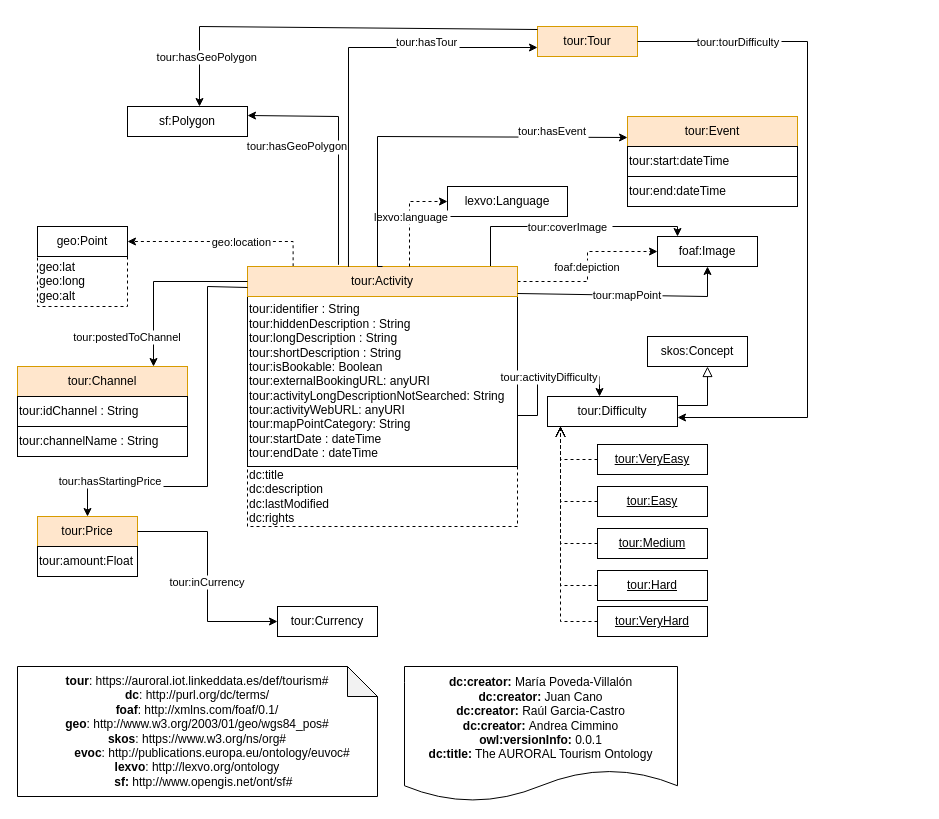
Earlier version of the draw.io diagram diagrams/tourism.drawio (oeg-upm/auroral-tourism-ontology). Source tidied: cells renumbered, new cells numbered last; positions are measured from the earlier drawing's top-left corner, leaving out a move shared by most shapes. Both pictures are drawn from the tidied source at 100%, with x=0, y=0 at pixel (17, 26).
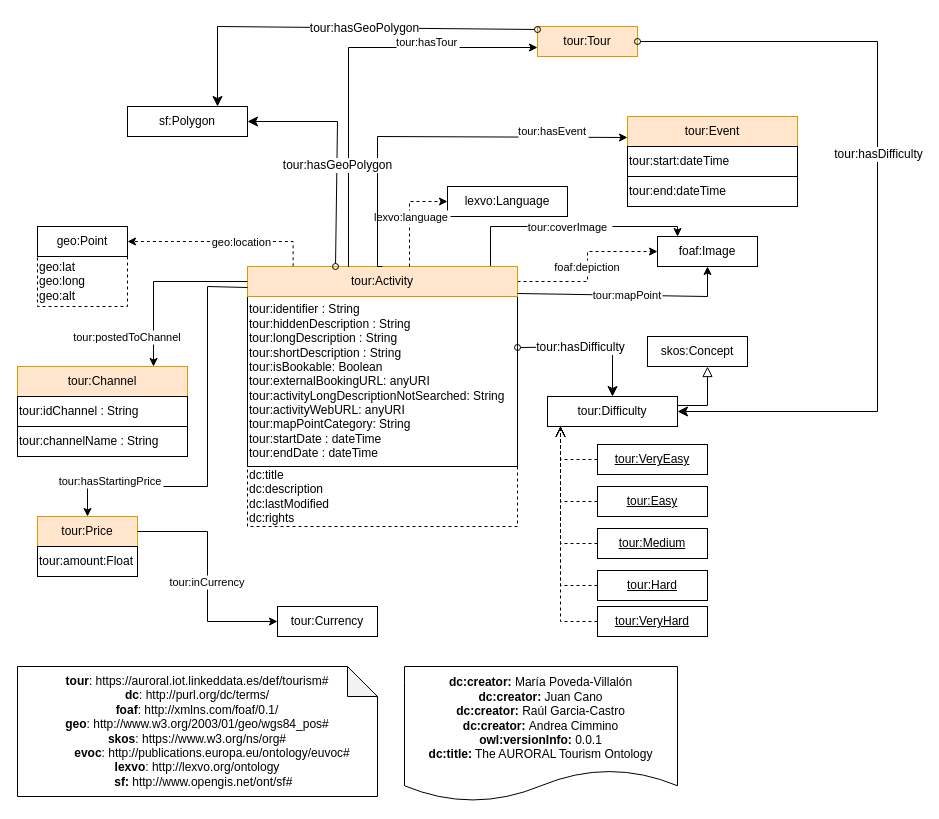
The same diagram, later.

The change refers to these unchanged cells:
```xml
<mxCell id="9" value="tour:Difficulty" style="rounded=0;whiteSpace=wrap;html=1;snapToPoint=1;points=[[0.1,0],[0.2,0],[0.3,0],[0.4,0],[0.5,0],[0.6,0],[0.7,0],[0.8,0],[0.9,0],[0,0.1],[0,0.3],[0,0.5],[0,0.7],[0,0.9],[0.1,1],[0.2,1],[0.3,1],[0.4,1],[0.5,1],[0.6,1],[0.7,1],[0.8,1],[0.9,1],[1,0.1],[1,0.3],[1,0.5],[1,0.7],[1,0.9]];" parent="1" vertex="1">
  <mxGeometry x="530" y="370" width="130" height="30" as="geometry" />
</mxCell>
<mxCell id="14" value="tour:identifier : String&lt;br&gt;tour:hiddenDescription : String&lt;br&gt;tour:longDescription : String&lt;br&gt;tour:shortDescription : String&lt;br&gt;tour:isBookable: Boolean&lt;br&gt;tour:externalBookingURL: anyURI&lt;br&gt;tour:activityLongDescriptionNotSearched: String&lt;br&gt;tour:activityWebURL: anyURI&lt;br&gt;tour:mapPointCategory: String&lt;br&gt;tour:startDate : dateTime&lt;br&gt;tour:endDate : dateTime" style="rounded=0;whiteSpace=wrap;html=1;snapToPoint=1;points=[[0.1,0],[0.2,0],[0.3,0],[0.4,0],[0.5,0],[0.6,0],[0.7,0],[0.8,0],[0.9,0],[0,0.1],[0,0.3],[0,0.5],[0,0.7],[0,0.9],[0.1,1],[0.2,1],[0.3,1],[0.4,1],[0.5,1],[0.6,1],[0.7,1],[0.8,1],[0.9,1],[1,0.1],[1,0.3],[1,0.5],[1,0.7],[1,0.9]];align=left;" parent="1" vertex="1">
  <mxGeometry x="230" y="270" width="270" height="170" as="geometry" />
</mxCell>
<mxCell id="15" value="tour:Activity" style="rounded=0;whiteSpace=wrap;html=1;snapToPoint=1;points=[[0.1,0],[0.2,0],[0.3,0],[0.4,0],[0.5,0],[0.6,0],[0.7,0],[0.8,0],[0.9,0],[0,0.1],[0,0.3],[0,0.5],[0,0.7],[0,0.9],[0.1,1],[0.2,1],[0.3,1],[0.4,1],[0.5,1],[0.6,1],[0.7,1],[0.8,1],[0.9,1],[1,0.1],[1,0.3],[1,0.5],[1,0.7],[1,0.9]];fillColor=#ffe6cc;strokeColor=#d79b00;shadow=0;" parent="1" vertex="1">
  <mxGeometry x="230" y="240" width="270" height="30" as="geometry" />
</mxCell>
<mxCell id="39" value="sf:Polygon" style="rounded=0;whiteSpace=wrap;html=1;snapToPoint=1;points=[[0.1,0],[0.2,0],[0.3,0],[0.4,0],[0.5,0],[0.6,0],[0.7,0],[0.8,0],[0.9,0],[0,0.1],[0,0.3],[0,0.5],[0,0.7],[0,0.9],[0.1,1],[0.2,1],[0.3,1],[0.4,1],[0.5,1],[0.6,1],[0.7,1],[0.8,1],[0.9,1],[1,0.1],[1,0.3],[1,0.5],[1,0.7],[1,0.9]];" parent="1" vertex="1">
  <mxGeometry x="110" y="80" width="120" height="30" as="geometry" />
</mxCell>
<mxCell id="42" value="tour:Tour" style="rounded=0;whiteSpace=wrap;html=1;snapToPoint=1;points=[[0.1,0],[0.2,0],[0.3,0],[0.4,0],[0.5,0],[0.6,0],[0.7,0],[0.8,0],[0.9,0],[0,0.1],[0,0.3],[0,0.5],[0,0.7],[0,0.9],[0.1,1],[0.2,1],[0.3,1],[0.4,1],[0.5,1],[0.6,1],[0.7,1],[0.8,1],[0.9,1],[1,0.1],[1,0.3],[1,0.5],[1,0.7],[1,0.9]];fillColor=#ffe6cc;strokeColor=#d79b00;shadow=0;" parent="1" vertex="1">
  <mxGeometry x="520" width="100" height="30" as="geometry" />
</mxCell>
```

Diff of the diagram source:
```diff
@@
-    <mxCell id="22" value="tour:activityDifficulty" style="edgeStyle=orthogonalEdgeStyle;rounded=0;jettySize=auto;endArrow=classic;endFill=1;entryX=0.4;entryY=0;entryDx=0;entryDy=0;exitX=1;exitY=0.7;exitDx=0;exitDy=0;" parent="1" edge="1" source="14" target="9">
-      <mxGeometry relative="1" as="geometry" />
-    </mxCell>
@@
-    <mxCell id="40" value="tour:hasGeoPolygon" style="edgeStyle=orthogonalEdgeStyle;rounded=0;jettySize=auto;endArrow=classic;endFill=1;exitX=0.337;exitY=-0.056;exitDx=0;exitDy=0;exitPerimeter=0;" parent="1" edge="1" source="15" target="39">
-      <mxGeometry x="0.58" y="30" relative="1" as="geometry">
-        <Array as="points">
-          <mxPoint x="321" y="90" />
-        </Array>
-      </mxGeometry>
-    </mxCell>
@@
-    <mxCell id="47" value="tour:tourDifficulty" style="edgeStyle=orthogonalEdgeStyle;rounded=0;jettySize=auto;endArrow=classic;endFill=1;entryX=1;entryY=0.7;entryDx=0;entryDy=0;" parent="1" edge="1" source="42" target="9">
-      <mxGeometry x="-0.7" relative="1" as="geometry">
+    <mxCell id="47" style="endArrow=classic;html=1;exitX=1;exitY=0.5;exitDx=0;exitDy=0;entryX=1;entryY=0.5;entryDx=0;entryDy=0;endSize=8;startArrow=oval;startFill=0;arcSize=0;rounded=0;" parent="1" edge="1" source="42" target="9">
+      <mxGeometry relative="1" as="geometry">
         <Array as="points">
-          <mxPoint x="790" y="15" />
-          <mxPoint x="790" y="391" />
+          <mxPoint x="860" y="15" />
+          <mxPoint x="860" y="385" />
         </Array>
       </mxGeometry>
     </mxCell>
-    <mxCell id="48" value="tour:hasGeoPolygon" style="edgeStyle=orthogonalEdgeStyle;rounded=0;jettySize=auto;endArrow=classic;endFill=1;entryX=0.6;entryY=0;entryDx=0;entryDy=0;" parent="1" edge="1" source="42" target="39">
-      <mxGeometry x="0.58" y="30" relative="1" as="geometry">
-        <Array as="points">
-          <mxPoint x="182" />
-        </Array>
-      </mxGeometry>
-    </mxCell>
+    <mxCell id="49" value="&lt;div&gt;tour:hasDifficulty&lt;/div&gt;" style="text;html=1;align=center;verticalAlign=middle;labelBackgroundColor=#ffffff;" parent="47" vertex="1">
+      <mxGeometry x="-0.13" relative="1" as="geometry" />
+    </mxCell>
+    <mxCell id="22" style="endArrow=classic;html=1;endSize=8;startArrow=oval;startFill=0;arcSize=0;rounded=0;entryX=0.5;entryY=0;entryDx=0;entryDy=0;" parent="1" edge="1" source="14" target="9">
+      <mxGeometry relative="1" as="geometry">
+        <Array as="points">
+          <mxPoint x="595" y="320" />
+        </Array>
+      </mxGeometry>
+    </mxCell>
+    <mxCell id="50" value="&lt;div&gt;tour:hasDifficulty&lt;/div&gt;" style="text;html=1;align=center;verticalAlign=middle;labelBackgroundColor=#ffffff;" parent="22" vertex="1">
+      <mxGeometry x="-0.13" relative="1" as="geometry" />
+    </mxCell>
+    <mxCell id="51" style="endArrow=classic;html=1;endSize=8;startArrow=oval;startFill=0;arcSize=0;rounded=0;exitX=0;exitY=0.1;exitDx=0;exitDy=0;" parent="1" edge="1" source="42">
+      <mxGeometry relative="1" as="geometry">
+        <mxPoint x="200" y="80" as="targetPoint" />
+        <Array as="points">
+          <mxPoint x="200" />
+        </Array>
+      </mxGeometry>
+    </mxCell>
+    <mxCell id="52" value="&lt;div&gt;tour:hasGeoPolygon&lt;/div&gt;" style="text;html=1;align=center;verticalAlign=middle;labelBackgroundColor=#ffffff;" parent="51" vertex="1">
+      <mxGeometry x="-0.13" relative="1" as="geometry" />
+    </mxCell>
+    <mxCell id="40" style="endArrow=classic;html=1;endSize=8;startArrow=oval;startFill=0;arcSize=0;rounded=0;exitX=0.326;exitY=0;exitDx=0;exitDy=0;exitPerimeter=0;" parent="1" edge="1" source="15" target="39">
+      <mxGeometry relative="1" as="geometry">
+        <Array as="points">
+          <mxPoint x="320" y="95" />
+        </Array>
+      </mxGeometry>
+    </mxCell>
+    <mxCell id="53" value="&lt;div&gt;tour:hasGeoPolygon&lt;/div&gt;" style="text;html=1;align=center;verticalAlign=middle;labelBackgroundColor=#ffffff;" parent="40" vertex="1">
+      <mxGeometry x="-0.13" relative="1" as="geometry" />
+    </mxCell>
```
